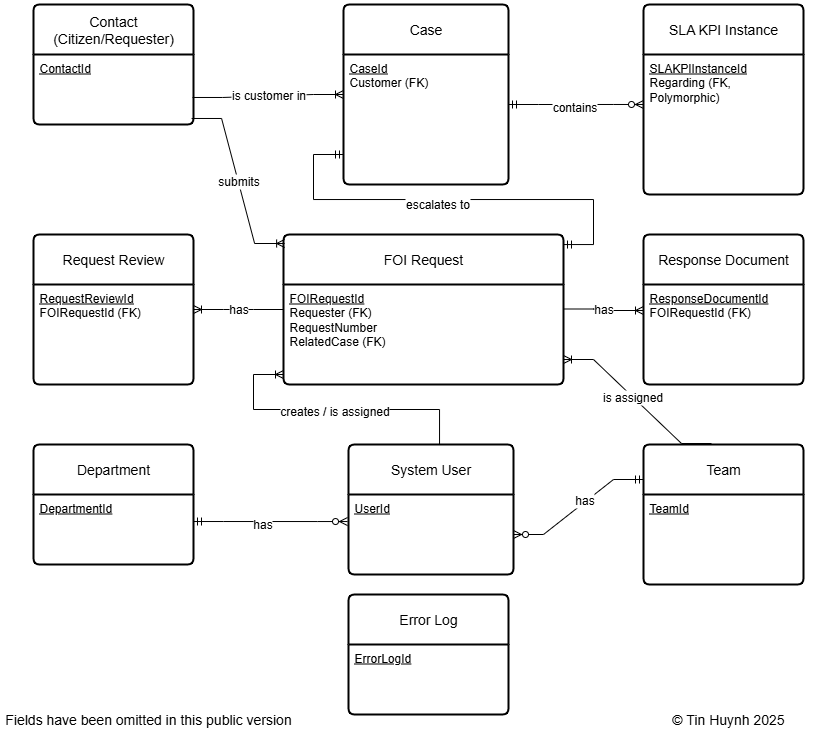
tinhuynh/foi-management-public keeps this draw.io diagram as docs/diagrams/erd-foi-management-suite-public.png. Above is the earlier version. Source tidied: cells renumbered, new cells last; positions are measured from the earlier drawing's top-left corner, leaving out a move shared by most shapes. Source of this version:
```xml
<mxGraphModel>
  <root>
    <mxCell id="0" />
    <mxCell id="1" parent="0" />
    <mxCell id="2" value="FOI Request" style="swimlane;horizontal=1;startSize=50;rounded=1;fontSize=14;fontStyle=0;strokeWidth=2;shadow=0;dashed=0;align=center;arcSize=4;whiteSpace=wrap;html=1;" parent="1" vertex="1">
      <mxGeometry x="280" y="230" width="280" height="150" as="geometry" />
    </mxCell>
    <mxCell id="3" value="&lt;u&gt;FOIRequestId&lt;/u&gt;&amp;nbsp; &amp;nbsp; &amp;nbsp; &amp;nbsp; &amp;nbsp; &amp;nbsp;&amp;nbsp;&lt;br&gt;Requester (FK)&amp;nbsp; &amp;nbsp; &amp;nbsp; &amp;nbsp; &amp;nbsp;&amp;nbsp;&lt;div&gt;RequestNumber&lt;/div&gt;&lt;div&gt;RelatedCase (FK)&amp;nbsp; &amp;nbsp; &amp;nbsp;&amp;nbsp;&lt;/div&gt;" style="align=left;strokeColor=none;fillColor=none;spacingLeft=4;spacingRight=4;fontSize=12;verticalAlign=top;html=1;whiteSpace=wrap;" parent="2" vertex="1">
      <mxGeometry y="50" width="280" height="100" as="geometry" />
    </mxCell>
    <mxCell id="4" value="Contact (Citizen/Requester)" style="swimlane;horizontal=1;startSize=50;rounded=1;fontSize=14;fontStyle=0;strokeWidth=2;shadow=0;dashed=0;align=center;arcSize=4;whiteSpace=wrap;html=1;" parent="1" vertex="1">
      <mxGeometry x="30" width="160" height="120" as="geometry" />
    </mxCell>
    <mxCell id="5" value="&lt;u&gt;ContactId&lt;/u&gt;&lt;div&gt;&lt;br/&gt;&lt;/div&gt;" style="align=left;strokeColor=none;fillColor=none;spacingLeft=4;spacingRight=4;fontSize=12;verticalAlign=top;html=1;whiteSpace=wrap;" parent="4" vertex="1">
      <mxGeometry y="50" width="160" height="70" as="geometry" />
    </mxCell>
    <mxCell id="6" value="Error Log" style="swimlane;horizontal=1;startSize=50;rounded=1;fontSize=14;fontStyle=0;strokeWidth=2;shadow=0;dashed=0;align=center;arcSize=4;whiteSpace=wrap;html=1;" parent="1" vertex="1">
      <mxGeometry x="345" y="590" width="160" height="120" as="geometry" />
    </mxCell>
    <mxCell id="7" value="&lt;u&gt;ErrorLogId&lt;/u&gt;&lt;div&gt;&lt;br/&gt;&lt;/div&gt;" style="align=left;strokeColor=none;fillColor=none;spacingLeft=4;spacingRight=4;fontSize=12;verticalAlign=top;html=1;whiteSpace=wrap;" parent="6" vertex="1">
      <mxGeometry y="50" width="160" height="70" as="geometry" />
    </mxCell>
    <mxCell id="8" value="System User" style="swimlane;horizontal=1;startSize=50;rounded=1;fontSize=14;fontStyle=0;strokeWidth=2;shadow=0;dashed=0;align=center;arcSize=4;whiteSpace=wrap;html=1;" parent="1" vertex="1">
      <mxGeometry x="345" y="440" width="165" height="130" as="geometry" />
    </mxCell>
    <mxCell id="9" value="&lt;u&gt;UserId&lt;/u&gt;&lt;div&gt;&lt;br/&gt;&lt;/div&gt;" style="align=left;strokeColor=none;fillColor=none;spacingLeft=4;spacingRight=4;fontSize=12;verticalAlign=top;html=1;whiteSpace=wrap;" parent="8" vertex="1">
      <mxGeometry y="50" width="165" height="80" as="geometry" />
    </mxCell>
    <mxCell id="10" value="Department" style="swimlane;horizontal=1;startSize=50;rounded=1;fontSize=14;fontStyle=0;strokeWidth=2;shadow=0;dashed=0;align=center;arcSize=4;whiteSpace=wrap;html=1;" parent="1" vertex="1">
      <mxGeometry x="30" y="440" width="160" height="120" as="geometry" />
    </mxCell>
    <mxCell id="11" value="&lt;u&gt;DepartmentId&lt;/u&gt;&lt;div&gt;&lt;br/&gt;&lt;/div&gt;" style="align=left;strokeColor=none;fillColor=none;spacingLeft=4;spacingRight=4;fontSize=12;verticalAlign=top;html=1;whiteSpace=wrap;" parent="10" vertex="1">
      <mxGeometry y="50" width="160" height="70" as="geometry" />
    </mxCell>
    <mxCell id="12" value="Request Review" style="swimlane;horizontal=1;startSize=50;rounded=1;fontSize=14;fontStyle=0;strokeWidth=2;shadow=0;dashed=0;align=center;arcSize=4;whiteSpace=wrap;html=1;" parent="1" vertex="1">
      <mxGeometry x="30" y="230" width="160" height="150" as="geometry" />
    </mxCell>
    <mxCell id="13" value="&lt;u&gt;RequestReviewId&lt;/u&gt;&lt;br&gt;&lt;div&gt;FOIRequestId (FK)&lt;/div&gt;" style="align=left;strokeColor=none;fillColor=none;spacingLeft=4;spacingRight=4;fontSize=12;verticalAlign=top;html=1;whiteSpace=wrap;" parent="12" vertex="1">
      <mxGeometry y="50" width="160" height="100" as="geometry" />
    </mxCell>
    <mxCell id="14" value="Response Document" style="swimlane;horizontal=1;startSize=50;rounded=1;fontSize=14;fontStyle=0;strokeWidth=2;shadow=0;dashed=0;align=center;arcSize=4;whiteSpace=wrap;html=1;" parent="1" vertex="1">
      <mxGeometry x="640" y="230" width="160" height="150" as="geometry" />
    </mxCell>
    <mxCell id="15" value="&lt;u&gt;ResponseDocumentId&lt;/u&gt;&lt;br&gt;&lt;div&gt;FOIRequestId (FK)&lt;br&gt;&lt;/div&gt;" style="align=left;strokeColor=none;fillColor=none;spacingLeft=4;spacingRight=4;fontSize=12;verticalAlign=top;html=1;whiteSpace=wrap;" parent="14" vertex="1">
      <mxGeometry y="50" width="160" height="100" as="geometry" />
    </mxCell>
    <mxCell id="16" value="Team" style="swimlane;horizontal=1;startSize=50;rounded=1;fontSize=14;fontStyle=0;strokeWidth=2;shadow=0;dashed=0;align=center;arcSize=4;whiteSpace=wrap;html=1;" parent="1" vertex="1">
      <mxGeometry x="640" y="440" width="160" height="140" as="geometry" />
    </mxCell>
    <mxCell id="17" value="&lt;u&gt;TeamId&lt;/u&gt;&lt;div&gt;&lt;br/&gt;&lt;/div&gt;" style="align=left;strokeColor=none;fillColor=none;spacingLeft=4;spacingRight=4;fontSize=12;verticalAlign=top;html=1;whiteSpace=wrap;" parent="16" vertex="1">
      <mxGeometry y="50" width="160" height="90" as="geometry" />
    </mxCell>
    <mxCell id="18" value="Case" style="swimlane;horizontal=1;startSize=50;rounded=1;fontSize=14;fontStyle=0;strokeWidth=2;shadow=0;dashed=0;align=center;arcSize=4;whiteSpace=wrap;html=1;" parent="1" vertex="1">
      <mxGeometry x="340" width="165" height="180" as="geometry" />
    </mxCell>
    <mxCell id="19" value="&lt;u&gt;CaseId&lt;/u&gt;&lt;div&gt;&lt;span style=&quot;background-color: transparent; color: light-dark(rgb(0, 0, 0), rgb(255, 255, 255));&quot;&gt;Customer (FK)&lt;/span&gt;&lt;/div&gt;&lt;div&gt;&lt;br&gt;&lt;/div&gt;" style="align=left;strokeColor=none;fillColor=none;spacingLeft=4;spacingRight=4;fontSize=12;verticalAlign=top;html=1;whiteSpace=wrap;" parent="18" vertex="1">
      <mxGeometry y="50" width="165" height="130" as="geometry" />
    </mxCell>
    <mxCell id="20" value="SLA KPI Instance" style="swimlane;horizontal=1;startSize=50;rounded=1;fontSize=14;fontStyle=0;strokeWidth=2;shadow=0;dashed=0;align=center;arcSize=4;whiteSpace=wrap;html=1;" parent="1" vertex="1">
      <mxGeometry x="640" width="160" height="190" as="geometry" />
    </mxCell>
    <mxCell id="21" value="&lt;u&gt;SLAKPIInstanceId&lt;/u&gt;&lt;br&gt;Regarding (FK, Polymorphic)&lt;div&gt;&lt;br&gt;&lt;/div&gt;" style="align=left;strokeColor=none;fillColor=none;spacingLeft=4;spacingRight=4;fontSize=12;verticalAlign=top;html=1;whiteSpace=wrap;" parent="20" vertex="1">
      <mxGeometry y="50" width="160" height="140" as="geometry" />
    </mxCell>
    <mxCell id="22" value="is customer in" style="edgeStyle=entityRelationEdgeStyle;fontSize=12;html=1;endArrow=ERoneToMany;rounded=0;entryX=0;entryY=0.5;entryDx=0;entryDy=0;exitX=0.994;exitY=0.614;exitDx=0;exitDy=0;exitPerimeter=0;" parent="1" edge="1" source="5" target="18">
      <mxGeometry relative="1" as="geometry" />
    </mxCell>
    <mxCell id="23" value="submits" style="edgeStyle=entityRelationEdgeStyle;fontSize=12;html=1;endArrow=ERoneToMany;rounded=0;entryX=0.004;entryY=0.06;entryDx=0;entryDy=0;exitX=0.988;exitY=0.914;exitDx=0;exitDy=0;exitPerimeter=0;entryPerimeter=0;" parent="1" edge="1" source="5" target="2">
      <mxGeometry relative="1" as="geometry" />
    </mxCell>
    <mxCell id="24" value="has" style="edgeStyle=entityRelationEdgeStyle;fontSize=12;html=1;endArrow=ERoneToMany;rounded=0;entryX=1;entryY=0.25;entryDx=0;entryDy=0;exitX=0;exitY=0.5;exitDx=0;exitDy=0;" parent="1" edge="1" source="2" target="13">
      <mxGeometry relative="1" as="geometry" />
    </mxCell>
    <mxCell id="25" value="has" style="edgeStyle=entityRelationEdgeStyle;fontSize=12;html=1;endArrow=ERoneToMany;rounded=0;exitX=1;exitY=0.37;exitDx=0;exitDy=0;exitPerimeter=0;" parent="1" edge="1">
      <mxGeometry relative="1" as="geometry">
        <mxPoint x="560" y="304.5" as="sourcePoint" />
        <mxPoint x="640" y="306" as="targetPoint" />
        <Array as="points">
          <mxPoint x="580" y="287.5" />
          <mxPoint x="660" y="307.5" />
        </Array>
      </mxGeometry>
    </mxCell>
    <mxCell id="26" style="edgeStyle=entityRelationEdgeStyle;fontSize=12;html=1;endArrow=ERzeroToMany;startArrow=ERmandOne;rounded=0;entryX=-0.006;entryY=0.338;entryDx=0;entryDy=0;entryPerimeter=0;exitX=1;exitY=0.386;exitDx=0;exitDy=0;exitPerimeter=0;" parent="1" edge="1" source="11" target="9">
      <mxGeometry relative="1" as="geometry" />
    </mxCell>
    <mxCell id="27" value="has" style="edgeLabel;html=1;align=center;verticalAlign=middle;fontSize=12;" parent="26" vertex="1">
      <mxGeometry x="-0.11" y="-2" relative="1" as="geometry" />
    </mxCell>
    <mxCell id="28" style="edgeStyle=entityRelationEdgeStyle;fontSize=12;html=1;endArrow=ERoneToMany;rounded=0;exitX=0.319;exitY=0;exitDx=0;exitDy=0;exitPerimeter=0;" parent="1" edge="1">
      <mxGeometry relative="1" as="geometry">
        <mxPoint x="406" y="440" as="sourcePoint" />
        <mxPoint x="280" y="370" as="targetPoint" />
        <Array as="points">
          <mxPoint x="470" y="410" />
          <mxPoint x="420" y="420" />
          <mxPoint x="420" y="430" />
          <mxPoint x="520" y="400" />
          <mxPoint x="290" y="370" />
        </Array>
      </mxGeometry>
    </mxCell>
    <mxCell id="29" value="creates / is assigned" style="edgeLabel;html=1;align=center;verticalAlign=middle;fontSize=12;" parent="28" vertex="1">
      <mxGeometry x="0.08" y="1" relative="1" as="geometry" />
    </mxCell>
    <mxCell id="30" style="edgeStyle=entityRelationEdgeStyle;fontSize=12;html=1;endArrow=ERzeroToMany;startArrow=ERmandOne;rounded=0;entryX=1;entryY=0.5;entryDx=0;entryDy=0;exitX=0;exitY=0.25;exitDx=0;exitDy=0;" parent="1" edge="1" source="16" target="9">
      <mxGeometry relative="1" as="geometry">
        <Array as="points">
          <mxPoint x="550" y="510" />
          <mxPoint x="550" y="510" />
        </Array>
      </mxGeometry>
    </mxCell>
    <mxCell id="31" value="has" style="edgeLabel;html=1;align=center;verticalAlign=middle;fontSize=12;" parent="30" vertex="1">
      <mxGeometry x="-0.11" y="-2" relative="1" as="geometry" />
    </mxCell>
    <mxCell id="32" style="edgeStyle=entityRelationEdgeStyle;fontSize=12;html=1;endArrow=ERzeroToMany;startArrow=ERmandOne;rounded=0;entryX=0;entryY=0.357;entryDx=0;entryDy=0;entryPerimeter=0;" parent="1" edge="1" target="21">
      <mxGeometry relative="1" as="geometry">
        <mxPoint x="505" y="100" as="sourcePoint" />
      </mxGeometry>
    </mxCell>
    <mxCell id="33" value="&lt;font style=&quot;font-size: 12px;&quot;&gt;contains&lt;/font&gt;" style="edgeLabel;html=1;align=center;verticalAlign=middle;" parent="32" vertex="1">
      <mxGeometry x="-0.03" y="-3" relative="1" as="geometry" />
    </mxCell>
    <mxCell id="34" style="edgeStyle=entityRelationEdgeStyle;fontSize=12;html=1;endArrow=ERmandOne;startArrow=ERmandOne;rounded=0;exitX=1;exitY=0.067;exitDx=0;exitDy=0;exitPerimeter=0;" parent="1" edge="1" source="2">
      <mxGeometry relative="1" as="geometry">
        <mxPoint x="340" y="150" as="targetPoint" />
      </mxGeometry>
    </mxCell>
    <mxCell id="35" value="&lt;font style=&quot;font-size: 12px;&quot;&gt;escalates to&lt;/font&gt;" style="edgeLabel;html=1;align=center;verticalAlign=middle;" parent="34" vertex="1">
      <mxGeometry x="0.08" y="4" relative="1" as="geometry" />
    </mxCell>
    <mxCell id="36" style="edgeStyle=entityRelationEdgeStyle;fontSize=12;html=1;endArrow=ERoneToMany;rounded=0;exitX=0.425;exitY=-0.007;exitDx=0;exitDy=0;exitPerimeter=0;entryX=1;entryY=0.75;entryDx=0;entryDy=0;" parent="1" edge="1" source="16" target="3">
      <mxGeometry relative="1" as="geometry">
        <Array as="points">
          <mxPoint x="820" y="430" />
          <mxPoint x="800" y="390" />
          <mxPoint x="750" y="400" />
          <mxPoint x="750" y="410" />
          <mxPoint x="850" y="380" />
          <mxPoint x="620" y="350" />
        </Array>
      </mxGeometry>
    </mxCell>
    <mxCell id="37" value="is assigned" style="edgeLabel;html=1;align=center;verticalAlign=middle;fontSize=12;" parent="36" vertex="1">
      <mxGeometry x="0.08" y="1" relative="1" as="geometry" />
    </mxCell>
    <mxCell id="38" value="Fields have been omitted in this public version" style="text;strokeColor=none;align=center;fillColor=none;html=1;verticalAlign=middle;whiteSpace=wrap;rounded=0;fontSize=14;" parent="1" vertex="1">
      <mxGeometry y="700" width="290" height="30" as="geometry" />
    </mxCell>
    <mxCell id="39" value="© Tin Huynh 2025" style="text;strokeColor=none;align=center;fillColor=none;html=1;verticalAlign=middle;whiteSpace=wrap;rounded=0;fontSize=14;" parent="1" vertex="1">
      <mxGeometry x="640" y="700" width="170" height="30" as="geometry" />
    </mxCell>
  </root>
</mxGraphModel>
```
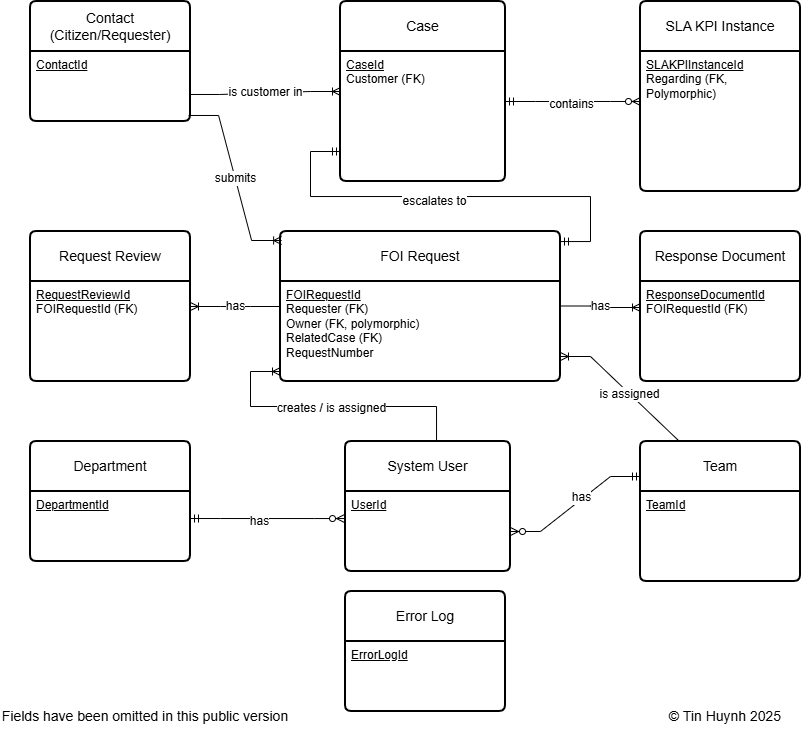
After the commit.

The edit, as a diff of the source:
```diff
@@ -5,7 +5,7 @@
     <mxCell id="2" value="FOI Request" style="swimlane;horizontal=1;startSize=50;rounded=1;fontSize=14;fontStyle=0;strokeWidth=2;shadow=0;dashed=0;align=center;arcSize=4;whiteSpace=wrap;html=1;" parent="1" vertex="1">
       <mxGeometry x="280" y="230" width="280" height="150" as="geometry" />
     </mxCell>
-    <mxCell id="3" value="&lt;u&gt;FOIRequestId&lt;/u&gt;&amp;nbsp; &amp;nbsp; &amp;nbsp; &amp;nbsp; &amp;nbsp; &amp;nbsp;&amp;nbsp;&lt;br&gt;Requester (FK)&amp;nbsp; &amp;nbsp; &amp;nbsp; &amp;nbsp; &amp;nbsp;&amp;nbsp;&lt;div&gt;RequestNumber&lt;/div&gt;&lt;div&gt;RelatedCase (FK)&amp;nbsp; &amp;nbsp; &amp;nbsp;&amp;nbsp;&lt;/div&gt;" style="align=left;strokeColor=none;fillColor=none;spacingLeft=4;spacingRight=4;fontSize=12;verticalAlign=top;html=1;whiteSpace=wrap;" parent="2" vertex="1">
+    <mxCell id="3" value="&lt;u&gt;FOIRequestId&lt;/u&gt;&amp;nbsp; &amp;nbsp; &amp;nbsp; &amp;nbsp; &amp;nbsp; &amp;nbsp;&amp;nbsp;&lt;br&gt;Requester (FK)&lt;div&gt;Owner (FK, polymorphic)&amp;nbsp; &amp;nbsp; &amp;nbsp; &amp;nbsp; &amp;nbsp;&amp;nbsp;&lt;div&gt;RelatedCase (FK)&amp;nbsp; &amp;nbsp; &amp;nbsp;&amp;nbsp;&lt;/div&gt;&lt;/div&gt;&lt;div&gt;RequestNumber&lt;/div&gt;" style="align=left;strokeColor=none;fillColor=none;spacingLeft=4;spacingRight=4;fontSize=12;verticalAlign=top;html=1;whiteSpace=wrap;" parent="2" vertex="1">
       <mxGeometry y="50" width="280" height="100" as="geometry" />
     </mxCell>
     <mxCell id="4" value="Contact (Citizen/Requester)" style="swimlane;horizontal=1;startSize=50;rounded=1;fontSize=14;fontStyle=0;strokeWidth=2;shadow=0;dashed=0;align=center;arcSize=4;whiteSpace=wrap;html=1;" parent="1" vertex="1">
```
